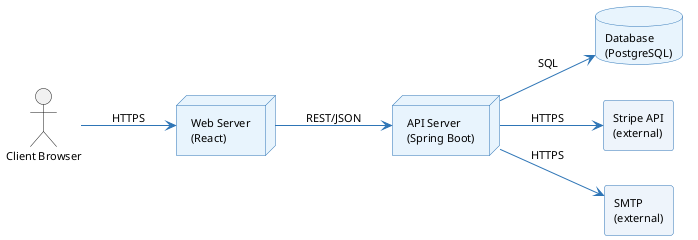
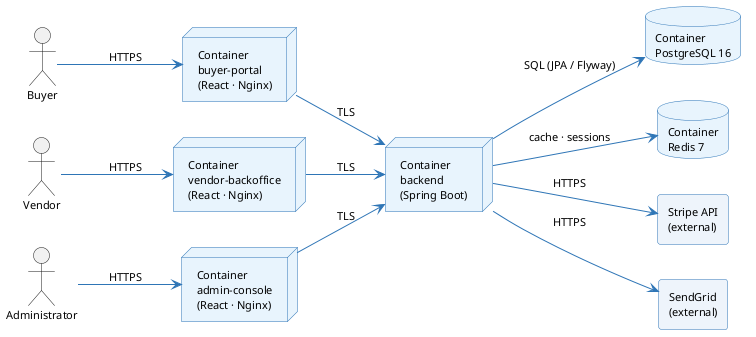
@startuml pa-deployment-en
skinparam defaultFontSize 11
skinparam shadowing false
skinparam ArrowColor #2E75B6
skinparam nodeBorderColor #2E75B6
skinparam nodeBackgroundColor #E8F4FD
skinparam databaseBorderColor #2E75B6
skinparam databaseBackgroundColor #E8F4FD
skinparam rectangleBorderColor #2E75B6
skinparam rectangleBackgroundColor #EEF4FB

left to right direction

- actor "Client Browser" as Client
+ actor "Buyer"         as Buyer
+ actor "Vendor"        as Vendor
+ actor "Administrator" as Admin

- node "Web Server\n(React)" as Web
- node "API Server\n(Spring Boot)" as API
- database "Database\n(PostgreSQL)" as DB
+ node "Container\nbuyer-portal\n(React · Nginx)" as FrontB
+ node "Container\nvendor-backoffice\n(React · Nginx)" as FrontV
+ node "Container\nadmin-console\n(React · Nginx)" as FrontA
+ node "Container\nbackend\n(Spring Boot)" as API
+ database "Container\nPostgreSQL 16" as DB
+ database "Container\nRedis 7" as Redis
rectangle "Stripe API\n(external)" as Stripe
- rectangle "SMTP\n(external)" as SMTP
+ rectangle "SendGrid\n(external)" as SMTP

- Client --> Web : HTTPS
- Web --> API : REST/JSON
- API --> DB : SQL
+ Buyer  --> FrontB : HTTPS
+ Vendor --> FrontV : HTTPS
+ Admin  --> FrontA : HTTPS
+ 
+ FrontB --> API : TLS
+ FrontV --> API : TLS
+ FrontA --> API : TLS
+ 
+ API --> DB    : SQL (JPA / Flyway)
+ API --> Redis : cache · sessions
API --> Stripe : HTTPS
- API --> SMTP : HTTPS
+ API --> SMTP   : HTTPS

@enduml
